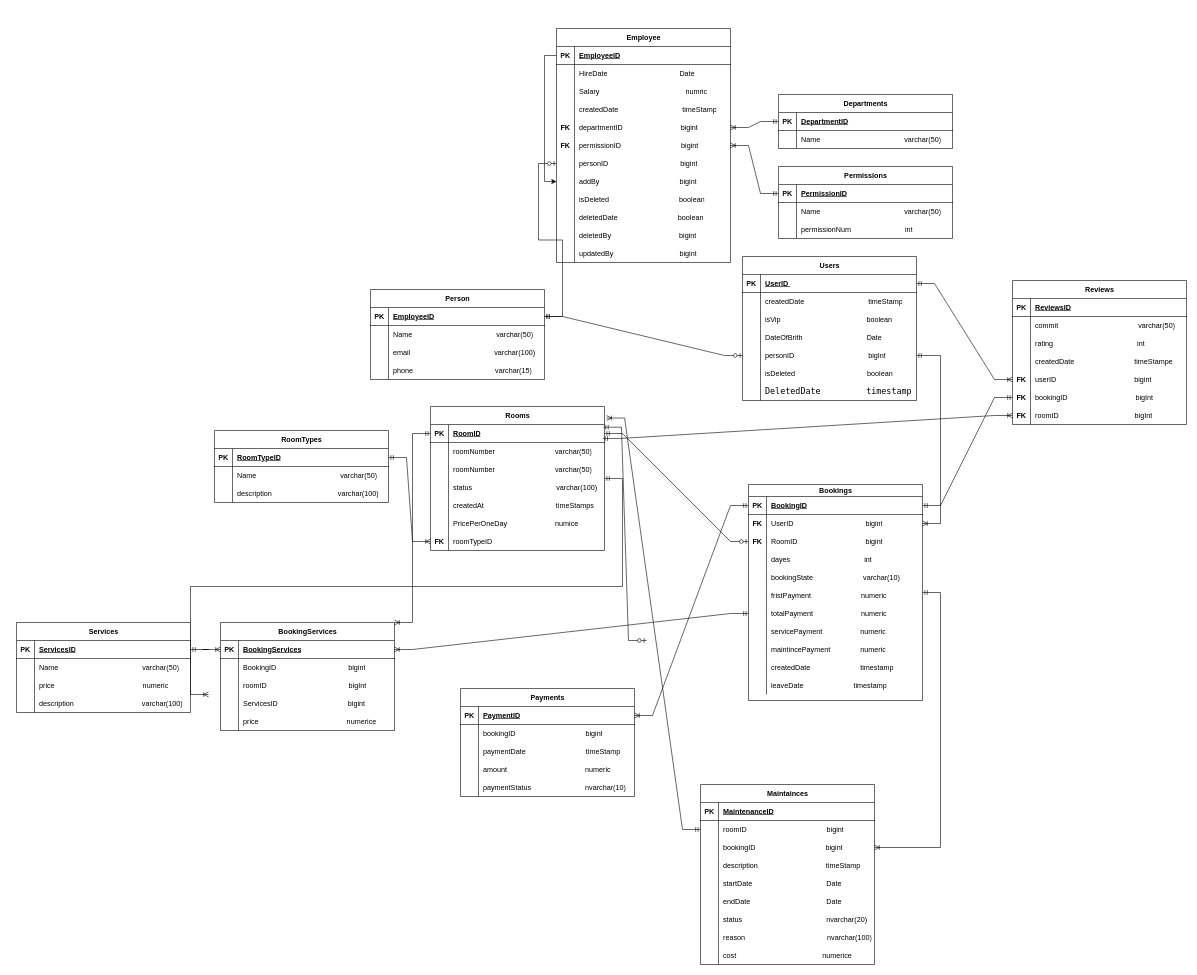
Above: hote_design_erd.drawio in Abdullah2100/full_stack_hotel (draw.io), before the change. Source tidied: cells renumbered, new cells numbered last; positions are measured from the earlier drawing's top-left corner, leaving out a move shared by most shapes. Both pictures are drawn from the tidied source at 60%, with x=0, y=0 at pixel (16, 28).
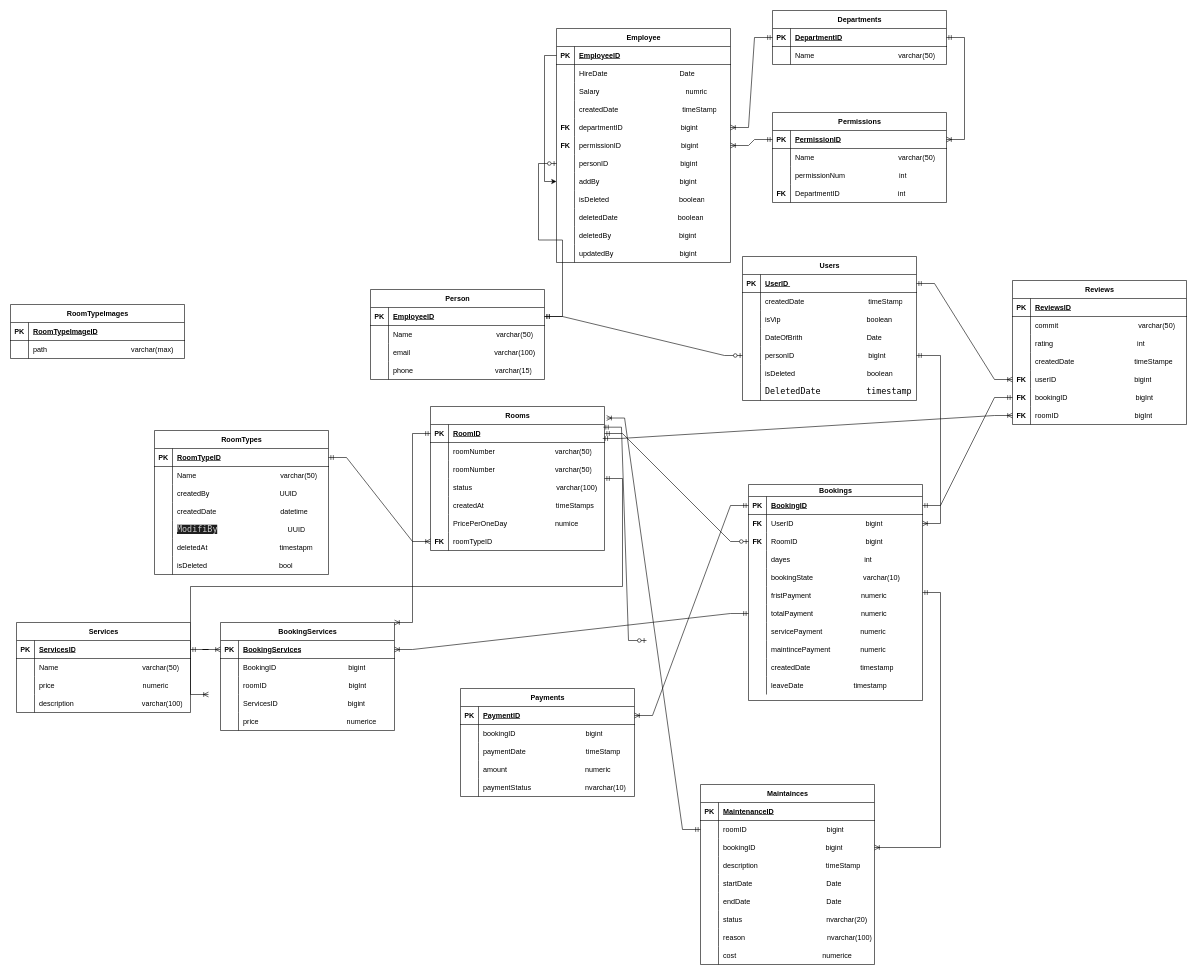
The same page after the edit.

Unchanged cells that the change refers to:
```xml
<mxCell id="70" style="shape=tableRow;horizontal=0;startSize=0;swimlaneHead=0;swimlaneBody=0;fillColor=none;points=[[0,0.5],[1,0.5]];portConstraint=eastwest;top=0;left=0;right=0;bottom=1;" parent="69" vertex="1">
  <mxGeometry y="30" width="290" height="30" as="geometry" />
</mxCell>
<mxCell id="125" style="shape=tableRow;horizontal=0;startSize=0;swimlaneHead=0;swimlaneBody=0;fillColor=none;top=0;left=0;right=0;bottom=0;" parent="118" vertex="1">
  <mxGeometry y="90" width="290" height="30" as="geometry" />
</mxCell>
```

Change to the diagram source:
```diff
@@
     <mxCell id="62" value="Departments" style="shape=table;startSize=30;childLayout=tableLayout;rowLines=0;fontStyle=1;align=center;html=1;" parent="1" vertex="1">
-      <mxGeometry x="1270" y="110" width="290" height="90" as="geometry" />
+      <mxGeometry x="1260" y="-30" width="290" height="90" as="geometry" />
     </mxCell>
@@
     <mxCell id="69" value="Permissions" style="shape=table;startSize=30;childLayout=tableLayout;rowLines=0;fontStyle=1;align=center;html=1;" parent="1" vertex="1">
-      <mxGeometry x="1270" y="230" width="290" height="120" as="geometry" />
+      <mxGeometry x="1260" y="140" width="290" height="150" as="geometry" />
     </mxCell>
@@
+    <mxCell id="271" style="shape=tableRow;horizontal=0;startSize=0;swimlaneHead=0;swimlaneBody=0;fillColor=none;top=0;left=0;right=0;bottom=0;" parent="69" vertex="1">
+      <mxGeometry y="120" width="290" height="30" as="geometry" />
+    </mxCell>
+    <mxCell id="272" value="&lt;b&gt;FK&lt;/b&gt;" style="shape=partialRectangle;fillColor=none;top=0;left=0;bottom=0;right=0;overflow=hidden;whiteSpace=wrap;html=1;" parent="271" vertex="1">
+      <mxGeometry width="30" height="30" as="geometry" />
+    </mxCell>
+    <mxCell id="273" value="DepartmentID&amp;nbsp; &amp;nbsp; &amp;nbsp; &amp;nbsp; &amp;nbsp; &amp;nbsp; &amp;nbsp; &amp;nbsp; &amp;nbsp; &amp;nbsp; &amp;nbsp; &amp;nbsp; &amp;nbsp; &amp;nbsp; &amp;nbsp;int" style="shape=partialRectangle;fillColor=none;top=0;left=0;bottom=0;right=0;align=left;spacingLeft=6;overflow=hidden;whiteSpace=wrap;html=1;" parent="271" vertex="1">
+      <mxGeometry x="30" width="260" height="30" as="geometry" />
+    </mxCell>
@@
     <mxCell id="118" value="RoomTypes" style="shape=table;startSize=30;childLayout=tableLayout;rowLines=0;fontStyle=1;align=center;html=1;" parent="1" vertex="1">
-      <mxGeometry x="330" y="670" width="290" height="120" as="geometry" />
+      <mxGeometry x="230" y="670" width="290" height="240" as="geometry" />
     </mxCell>
@@
-    <mxCell id="126" style="shape=partialRectangle;fillColor=none;top=0;left=0;bottom=0;right=0;overflow=hidden;whiteSpace=wrap;html=1;" parent="125" vertex="1">
-      <mxGeometry width="30" height="30" as="geometry" />
-    </mxCell>
-    <mxCell id="127" value="description&amp;nbsp; &amp;nbsp; &amp;nbsp; &amp;nbsp; &amp;nbsp; &amp;nbsp; &amp;nbsp; &amp;nbsp; &amp;nbsp; &amp;nbsp; &amp;nbsp; &amp;nbsp; &amp;nbsp; &amp;nbsp; &amp;nbsp; &amp;nbsp; &amp;nbsp;varchar(100)" style="shape=partialRectangle;fillColor=none;top=0;left=0;bottom=0;right=0;align=left;spacingLeft=6;overflow=hidden;whiteSpace=wrap;html=1;" parent="125" vertex="1">
-      <mxGeometry x="30" width="260" height="30" as="geometry" />
-    </mxCell>
+    <mxCell id="274" style="shape=partialRectangle;fillColor=none;top=0;left=0;bottom=0;right=0;overflow=hidden;whiteSpace=wrap;html=1;" parent="125" vertex="1">
+      <mxGeometry width="30" height="30" as="geometry" />
+    </mxCell>
+    <mxCell id="275" value="createdBy&amp;nbsp; &amp;nbsp; &amp;nbsp; &amp;nbsp; &amp;nbsp; &amp;nbsp; &amp;nbsp; &amp;nbsp; &amp;nbsp; &amp;nbsp; &amp;nbsp; &amp;nbsp; &amp;nbsp; &amp;nbsp; &amp;nbsp; &amp;nbsp; &amp;nbsp; &amp;nbsp;UUID" style="shape=partialRectangle;fillColor=none;top=0;left=0;bottom=0;right=0;align=left;spacingLeft=6;overflow=hidden;whiteSpace=wrap;html=1;" parent="125" vertex="1">
+      <mxGeometry x="30" width="260" height="30" as="geometry" />
+    </mxCell>
+    <mxCell id="276" style="shape=tableRow;horizontal=0;startSize=0;swimlaneHead=0;swimlaneBody=0;fillColor=none;top=0;left=0;right=0;bottom=0;" parent="118" vertex="1">
+      <mxGeometry y="120" width="290" height="30" as="geometry" />
+    </mxCell>
+    <mxCell id="277" style="shape=partialRectangle;fillColor=none;top=0;left=0;bottom=0;right=0;overflow=hidden;whiteSpace=wrap;html=1;" parent="276" vertex="1">
+      <mxGeometry width="30" height="30" as="geometry" />
+    </mxCell>
+    <mxCell id="278" value="createdDate&amp;nbsp; &amp;nbsp; &amp;nbsp; &amp;nbsp; &amp;nbsp; &amp;nbsp; &amp;nbsp; &amp;nbsp; &amp;nbsp; &amp;nbsp; &amp;nbsp; &amp;nbsp; &amp;nbsp; &amp;nbsp; &amp;nbsp; &amp;nbsp; datetime" style="shape=partialRectangle;fillColor=none;top=0;left=0;bottom=0;right=0;align=left;spacingLeft=6;overflow=hidden;whiteSpace=wrap;html=1;" parent="276" vertex="1">
+      <mxGeometry x="30" width="260" height="30" as="geometry" />
+    </mxCell>
+    <mxCell id="279" style="shape=tableRow;horizontal=0;startSize=0;swimlaneHead=0;swimlaneBody=0;fillColor=none;top=0;left=0;right=0;bottom=0;" parent="118" vertex="1">
+      <mxGeometry y="150" width="290" height="30" as="geometry" />
+    </mxCell>
+    <mxCell id="280" style="shape=partialRectangle;fillColor=none;top=0;left=0;bottom=0;right=0;overflow=hidden;whiteSpace=wrap;html=1;" parent="279" vertex="1">
+      <mxGeometry width="30" height="30" as="geometry" />
+    </mxCell>
+    <mxCell id="281" value="&lt;span style=&quot;background-color: rgb(31, 31, 31); color: rgb(204, 204, 204); font-family: &amp;quot;Droid Sans Mono&amp;quot;, &amp;quot;monospace&amp;quot;, monospace; font-size: 14px; white-space: pre;&quot;&gt;ModifiBy&lt;/span&gt;&amp;nbsp; &amp;nbsp; &amp;nbsp; &amp;nbsp; &amp;nbsp; &amp;nbsp; &amp;nbsp; &amp;nbsp; &amp;nbsp; &amp;nbsp; &amp;nbsp; &amp;nbsp; &amp;nbsp; &amp;nbsp; &amp;nbsp; &amp;nbsp; &amp;nbsp; &amp;nbsp;UUID" style="shape=partialRectangle;fillColor=none;top=0;left=0;bottom=0;right=0;align=left;spacingLeft=6;overflow=hidden;whiteSpace=wrap;html=1;" parent="279" vertex="1">
+      <mxGeometry x="30" width="260" height="30" as="geometry" />
+    </mxCell>
+    <mxCell id="282" style="shape=tableRow;horizontal=0;startSize=0;swimlaneHead=0;swimlaneBody=0;fillColor=none;top=0;left=0;right=0;bottom=0;" parent="118" vertex="1">
+      <mxGeometry y="180" width="290" height="30" as="geometry" />
+    </mxCell>
+    <mxCell id="283" style="shape=partialRectangle;fillColor=none;top=0;left=0;bottom=0;right=0;overflow=hidden;whiteSpace=wrap;html=1;" parent="282" vertex="1">
+      <mxGeometry width="30" height="30" as="geometry" />
+    </mxCell>
+    <mxCell id="284" value="deletedAt&amp;nbsp; &amp;nbsp; &amp;nbsp; &amp;nbsp; &amp;nbsp; &amp;nbsp; &amp;nbsp; &amp;nbsp; &amp;nbsp; &amp;nbsp; &amp;nbsp; &amp;nbsp; &amp;nbsp; &amp;nbsp; &amp;nbsp; &amp;nbsp; &amp;nbsp; &amp;nbsp; timestapm" style="shape=partialRectangle;fillColor=none;top=0;left=0;bottom=0;right=0;align=left;spacingLeft=6;overflow=hidden;whiteSpace=wrap;html=1;" parent="282" vertex="1">
+      <mxGeometry x="30" width="260" height="30" as="geometry" />
+    </mxCell>
+    <mxCell id="285" style="shape=tableRow;horizontal=0;startSize=0;swimlaneHead=0;swimlaneBody=0;fillColor=none;top=0;left=0;right=0;bottom=0;" parent="118" vertex="1">
+      <mxGeometry y="210" width="290" height="30" as="geometry" />
+    </mxCell>
+    <mxCell id="286" style="shape=partialRectangle;fillColor=none;top=0;left=0;bottom=0;right=0;overflow=hidden;whiteSpace=wrap;html=1;" parent="285" vertex="1">
+      <mxGeometry width="30" height="30" as="geometry" />
+    </mxCell>
+    <mxCell id="287" value="isDeleted&amp;nbsp; &amp;nbsp; &amp;nbsp; &amp;nbsp; &amp;nbsp; &amp;nbsp; &amp;nbsp; &amp;nbsp; &amp;nbsp; &amp;nbsp; &amp;nbsp; &amp;nbsp; &amp;nbsp; &amp;nbsp; &amp;nbsp; &amp;nbsp; &amp;nbsp; &amp;nbsp; bool" style="shape=partialRectangle;fillColor=none;top=0;left=0;bottom=0;right=0;align=left;spacingLeft=6;overflow=hidden;whiteSpace=wrap;html=1;" parent="285" vertex="1">
+      <mxGeometry x="30" width="260" height="30" as="geometry" />
+    </mxCell>
@@
+    <mxCell id="288" style="edgeStyle=entityRelationEdgeStyle;fontSize=12;html=1;endArrow=ERoneToMany;startArrow=ERmandOne;rounded=0;" parent="1" edge="1" source="62" target="70">
+      <mxGeometry relative="1" as="geometry" />
+    </mxCell>
+    <mxCell id="289" value="RoomTypeImages" style="shape=table;startSize=30;childLayout=tableLayout;rowLines=0;fontStyle=1;align=center;html=1;" parent="1" vertex="1">
+      <mxGeometry x="-10" y="460" width="290" height="90" as="geometry" />
+    </mxCell>
+    <mxCell id="290" style="shape=tableRow;horizontal=0;startSize=0;swimlaneHead=0;swimlaneBody=0;fillColor=none;top=0;left=0;right=0;bottom=1;" parent="289" vertex="1">
+      <mxGeometry y="30" width="290" height="30" as="geometry" />
+    </mxCell>
+    <mxCell id="291" value="PK" style="shape=partialRectangle;fillColor=none;top=0;left=0;bottom=0;right=0;fontStyle=1;overflow=hidden;whiteSpace=wrap;html=1;" parent="290" vertex="1">
+      <mxGeometry width="30" height="30" as="geometry" />
+    </mxCell>
+    <mxCell id="292" value="&lt;span style=&quot;text-align: center; text-wrap: nowrap;&quot;&gt;RoomTypeImageID&lt;/span&gt;" style="shape=partialRectangle;fillColor=none;top=0;left=0;bottom=0;right=0;align=left;spacingLeft=6;fontStyle=5;overflow=hidden;whiteSpace=wrap;html=1;" parent="290" vertex="1">
+      <mxGeometry x="30" width="260" height="30" as="geometry" />
+    </mxCell>
+    <mxCell id="293" style="shape=tableRow;horizontal=0;startSize=0;swimlaneHead=0;swimlaneBody=0;fillColor=none;top=0;left=0;right=0;bottom=0;" parent="289" vertex="1">
+      <mxGeometry y="60" width="290" height="30" as="geometry" />
+    </mxCell>
+    <mxCell id="294" style="shape=partialRectangle;fillColor=none;top=0;left=0;bottom=0;right=0;overflow=hidden;whiteSpace=wrap;html=1;" parent="293" vertex="1">
+      <mxGeometry width="30" height="30" as="geometry" />
+    </mxCell>
+    <mxCell id="295" value="path&amp;nbsp; &amp;nbsp; &amp;nbsp; &amp;nbsp; &amp;nbsp; &amp;nbsp; &amp;nbsp; &amp;nbsp; &amp;nbsp; &amp;nbsp; &amp;nbsp; &amp;nbsp; &amp;nbsp; &amp;nbsp; &amp;nbsp; &amp;nbsp; &amp;nbsp; &amp;nbsp; &amp;nbsp; &amp;nbsp; &amp;nbsp; varchar(max)" style="shape=partialRectangle;fillColor=none;top=0;left=0;bottom=0;right=0;align=left;spacingLeft=6;overflow=hidden;whiteSpace=wrap;html=1;" parent="293" vertex="1">
+      <mxGeometry x="30" width="260" height="30" as="geometry" />
+    </mxCell>
```
